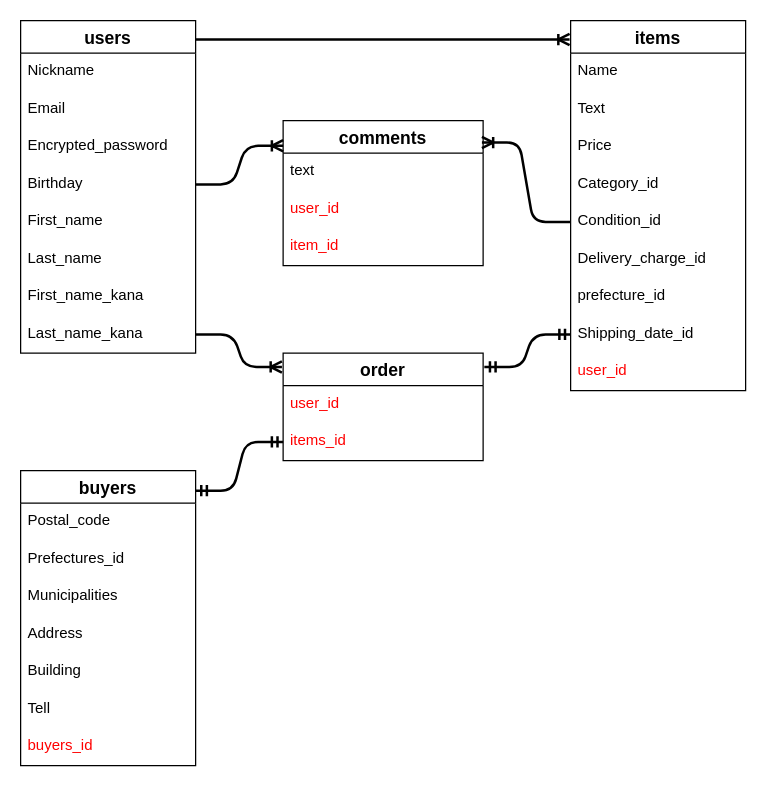
YamAtsu16/furima-37859 keeps this draw.io diagram as ER.dio. Above is the earlier version. Source tidied: cells renumbered, new cells numbered last; positions are measured from the earlier drawing's top-left corner, leaving out a move shared by most shapes. Both pictures are drawn from the tidied source at 125%, with x=0, y=0 at pixel (20, 20).
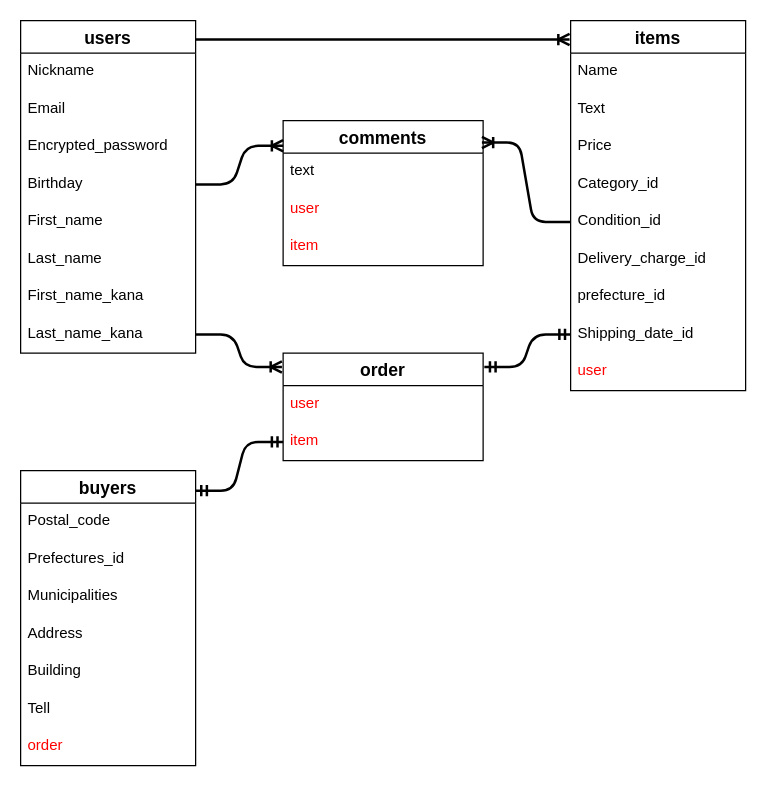
After the change.

The change refers to these unchanged cells:
```xml
<mxCell id="11" value="buyers" style="swimlane;fontStyle=1;horizontal=1;startSize=26;align=center;fontSize=14;rounded=0;" parent="1" vertex="1">
  <mxGeometry y="360" width="140" height="236" as="geometry" />
</mxCell>
<mxCell id="19" value="items" style="swimlane;fontStyle=1;horizontal=1;startSize=26;align=center;fontSize=14;rounded=0;" parent="1" vertex="1">
  <mxGeometry x="440" width="140" height="296" as="geometry" />
</mxCell>
<mxCell id="29" value="comments" style="swimlane;fontStyle=1;horizontal=1;startSize=26;align=center;fontSize=14;rounded=0;" parent="1" vertex="1">
  <mxGeometry x="210" y="80" width="160" height="116" as="geometry" />
</mxCell>
<mxCell id="36" value="order" style="swimlane;fontStyle=1;horizontal=1;startSize=26;align=center;fontSize=14;" parent="1" vertex="1">
  <mxGeometry x="210" y="266" width="160" height="86" as="geometry" />
</mxCell>
```

Change to the diagram source:
```diff
@@
-    <mxCell id="18" value="buyers_id" style="text;strokeColor=none;fillColor=none;spacingLeft=4;spacingRight=4;overflow=hidden;fontSize=12;fontColor=#FF0000;" parent="11" vertex="1">
+    <mxCell id="18" value="order" style="text;strokeColor=none;fillColor=none;spacingLeft=4;spacingRight=4;overflow=hidden;fontSize=12;fontColor=#FF0000;" parent="11" vertex="1">
       <mxGeometry y="206" width="140" height="30" as="geometry" />
     </mxCell>
@@
-    <mxCell id="28" value="user_id" style="text;strokeColor=none;fillColor=none;spacingLeft=4;spacingRight=4;overflow=hidden;fontSize=12;fontStyle=0;fontColor=#FF0000;rounded=0;" parent="19" vertex="1">
+    <mxCell id="28" value="user" style="text;strokeColor=none;fillColor=none;spacingLeft=4;spacingRight=4;overflow=hidden;fontSize=12;fontStyle=0;fontColor=#FF0000;rounded=0;" parent="19" vertex="1">
       <mxGeometry y="266" width="140" height="30" as="geometry" />
     </mxCell>
@@
-    <mxCell id="31" value="user_id" style="text;strokeColor=none;fillColor=none;spacingLeft=4;spacingRight=4;overflow=hidden;fontSize=12;fontColor=#FF0000;rounded=0;" parent="29" vertex="1">
+    <mxCell id="31" value="user" style="text;strokeColor=none;fillColor=none;spacingLeft=4;spacingRight=4;overflow=hidden;fontSize=12;fontColor=#FF0000;rounded=0;" parent="29" vertex="1">
       <mxGeometry y="56" width="160" height="30" as="geometry" />
     </mxCell>
-    <mxCell id="32" value="item_id" style="text;strokeColor=none;fillColor=none;spacingLeft=4;spacingRight=4;overflow=hidden;fontSize=12;fontColor=#FF0000;rounded=0;" parent="29" vertex="1">
+    <mxCell id="32" value="item" style="text;strokeColor=none;fillColor=none;spacingLeft=4;spacingRight=4;overflow=hidden;fontSize=12;fontColor=#FF0000;rounded=0;" parent="29" vertex="1">
       <mxGeometry y="86" width="160" height="30" as="geometry" />
     </mxCell>
@@
-    <mxCell id="37" value="user_id" style="text;strokeColor=none;fillColor=none;spacingLeft=4;spacingRight=4;overflow=hidden;fontSize=12;fontColor=#FF0000;" parent="36" vertex="1">
+    <mxCell id="37" value="user" style="text;strokeColor=none;fillColor=none;spacingLeft=4;spacingRight=4;overflow=hidden;fontSize=12;fontColor=#FF0000;" parent="36" vertex="1">
       <mxGeometry y="26" width="160" height="30" as="geometry" />
     </mxCell>
-    <mxCell id="38" value="items_id" style="text;strokeColor=none;fillColor=none;spacingLeft=4;spacingRight=4;overflow=hidden;points=[[0,0.5],[1,0.5]];portConstraint=eastwest;fontSize=12;fontColor=#FF0000;" parent="36" vertex="1">
+    <mxCell id="38" value="item" style="text;strokeColor=none;fillColor=none;spacingLeft=4;spacingRight=4;overflow=hidden;points=[[0,0.5],[1,0.5]];portConstraint=eastwest;fontSize=12;fontColor=#FF0000;" parent="36" vertex="1">
       <mxGeometry y="56" width="160" height="30" as="geometry" />
     </mxCell>
```
